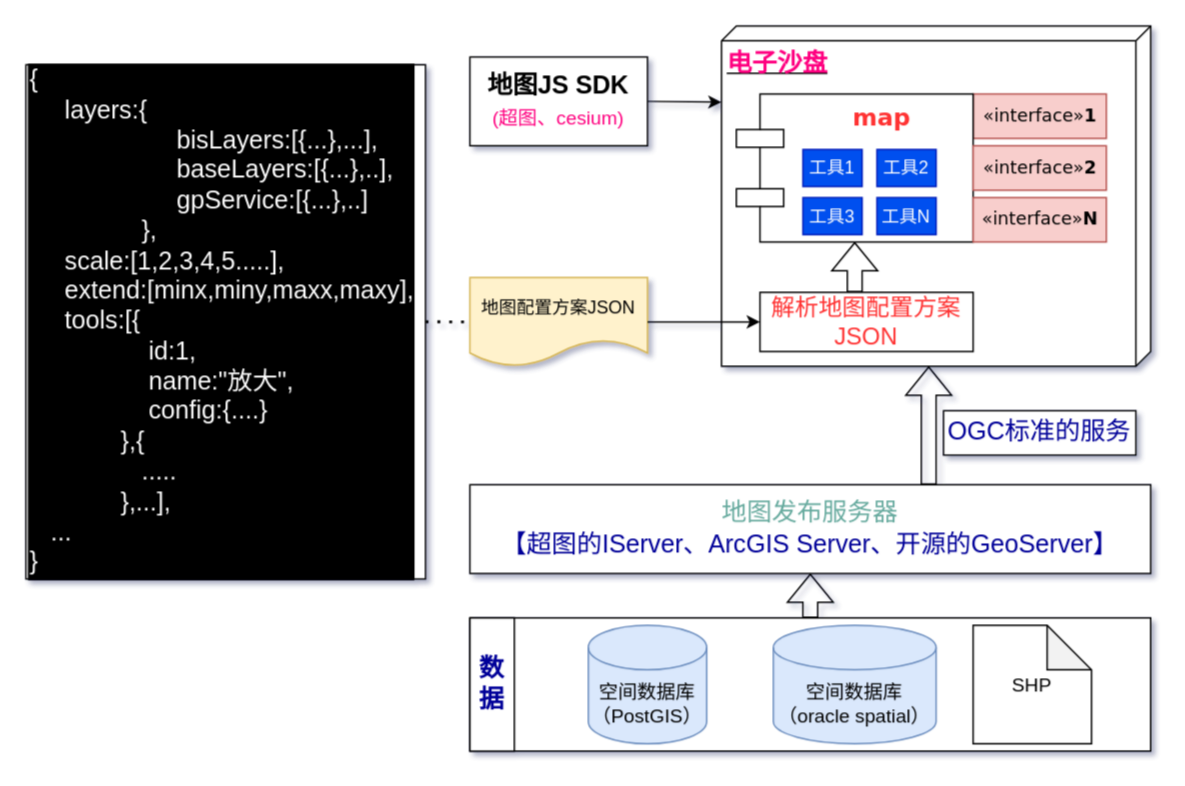
The draw.io diagram page "电子沙盘架构设计" (2 of 4) of 地图架构图.drawio in yuyifang/drawio, before the edit. Source tidied: cells renumbered, new cells numbered last; positions are measured from the earlier drawing's top-left corner, leaving out a move shared by most shapes. Both pictures are drawn from the tidied source at 148%, with x=0, y=0 at pixel (25, 25).
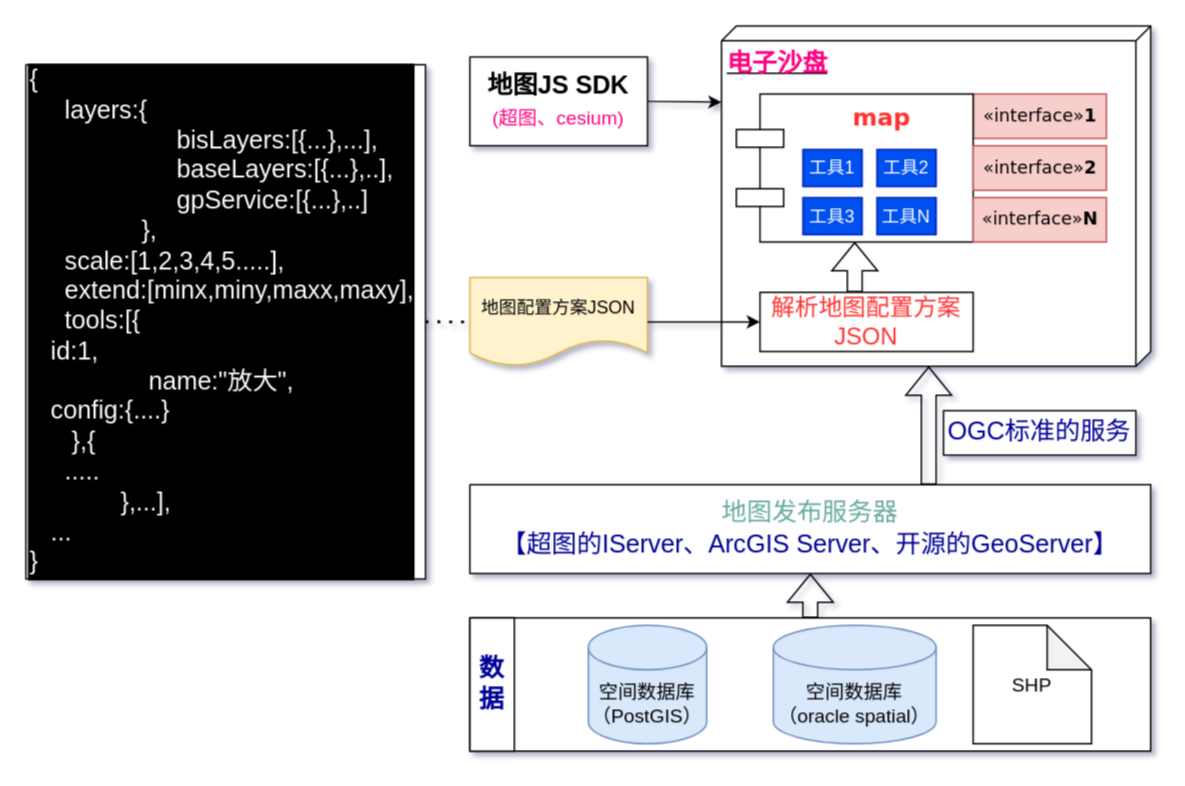
Above is the later version.

What changed in the source:
```diff
@@
-    <mxCell id="28" value="{&lt;br&gt;&amp;nbsp; &amp;nbsp; &amp;nbsp;layers:{&lt;br&gt;&amp;nbsp; &amp;nbsp; &amp;nbsp; &amp;nbsp; &amp;nbsp; &amp;nbsp; &amp;nbsp; &amp;nbsp; &amp;nbsp; &amp;nbsp; &amp;nbsp;bisLayers:[{...},...],&lt;br&gt;&amp;nbsp; &amp;nbsp; &amp;nbsp; &amp;nbsp; &amp;nbsp; &amp;nbsp; &amp;nbsp; &amp;nbsp; &amp;nbsp; &amp;nbsp; &amp;nbsp;baseLayers:[{...},..],&lt;br&gt;&amp;nbsp; &amp;nbsp; &amp;nbsp; &amp;nbsp; &amp;nbsp; &amp;nbsp; &amp;nbsp; &amp;nbsp; &amp;nbsp; &amp;nbsp; &amp;nbsp;gpService:[{...},..]&lt;br&gt;&amp;nbsp; &amp;nbsp; &amp;nbsp; &amp;nbsp; &amp;nbsp; &amp;nbsp; &amp;nbsp; &amp;nbsp; },&lt;br&gt;&amp;nbsp; &amp;nbsp; &amp;nbsp;scale:[1,2,3,4,5.....],&lt;br&gt;&amp;nbsp; &amp;nbsp; &amp;nbsp;extend:[minx,miny,maxx,maxy],&lt;br&gt;&amp;nbsp; &amp;nbsp; &amp;nbsp;tools:[{&lt;br&gt;&lt;span style=&quot;&quot;&gt;&#9;&lt;/span&gt;&lt;span style=&quot;&quot;&gt;&#9;&lt;/span&gt;&lt;span style=&quot;white-space: pre;&quot;&gt;&#9;&lt;/span&gt;&lt;span style=&quot;white-space: pre;&quot;&gt;&#9;&lt;/span&gt;&amp;nbsp;id:1,&lt;br&gt;&amp;nbsp; &amp;nbsp; &amp;nbsp; &amp;nbsp; &amp;nbsp; &amp;nbsp; &amp;nbsp; &amp;nbsp; &amp;nbsp;name:&quot;放大&quot;,&lt;br&gt;&lt;span style=&quot;white-space: pre;&quot;&gt;&#9;&lt;/span&gt;&lt;span style=&quot;white-space: pre;&quot;&gt;&#9;&lt;/span&gt;&amp;nbsp;config:{....}&lt;br&gt;&lt;span style=&quot;&quot;&gt;&#9;&lt;/span&gt;&lt;span style=&quot;&quot;&gt;&#9;&lt;/span&gt;&lt;span style=&quot;white-space: pre;&quot;&gt;&#9;&lt;/span&gt;&amp;nbsp; &amp;nbsp; &amp;nbsp;},{&lt;br&gt;&lt;span style=&quot;&quot;&gt;&#9;&lt;span style=&quot;&quot;&gt;&#9;&lt;/span&gt; &lt;/span&gt;&amp;nbsp; &amp;nbsp;&lt;span style=&quot;white-space: pre;&quot;&gt;&#9;&lt;/span&gt;&lt;span style=&quot;white-space: pre;&quot;&gt;&#9;&lt;/span&gt;.....&lt;br&gt;&lt;span style=&quot;&quot;&gt;&lt;/span&gt;&lt;span style=&quot;&quot;&gt;&lt;/span&gt;&amp;nbsp; &amp;nbsp; &amp;nbsp; &amp;nbsp; &amp;nbsp; &amp;nbsp; &amp;nbsp;},...],&lt;br&gt;&amp;nbsp; &amp;nbsp;...&lt;br&gt;}" style="shape=card;whiteSpace=wrap;html=1;fontSize=17;fontColor=#FFFFFF;align=left;labelBackgroundColor=#000000;labelBorderColor=default;size=0;" parent="1" vertex="1">
+    <mxCell id="28" value="{&lt;br&gt;&amp;nbsp; &amp;nbsp; &amp;nbsp;layers:{&lt;br&gt;&amp;nbsp; &amp;nbsp; &amp;nbsp; &amp;nbsp; &amp;nbsp; &amp;nbsp; &amp;nbsp; &amp;nbsp; &amp;nbsp; &amp;nbsp; &amp;nbsp;bisLayers:[{...},...],&lt;br&gt;&amp;nbsp; &amp;nbsp; &amp;nbsp; &amp;nbsp; &amp;nbsp; &amp;nbsp; &amp;nbsp; &amp;nbsp; &amp;nbsp; &amp;nbsp; &amp;nbsp;baseLayers:[{...},..],&lt;br&gt;&amp;nbsp; &amp;nbsp; &amp;nbsp; &amp;nbsp; &amp;nbsp; &amp;nbsp; &amp;nbsp; &amp;nbsp; &amp;nbsp; &amp;nbsp; &amp;nbsp;gpService:[{...},..]&lt;br&gt;&amp;nbsp; &amp;nbsp; &amp;nbsp; &amp;nbsp; &amp;nbsp; &amp;nbsp; &amp;nbsp; &amp;nbsp; },&lt;br&gt;&amp;nbsp; &amp;nbsp; &amp;nbsp;scale:[1,2,3,4,5.....],&lt;br&gt;&amp;nbsp; &amp;nbsp; &amp;nbsp;extend:[minx,miny,maxx,maxy],&lt;br&gt;&amp;nbsp; &amp;nbsp; &amp;nbsp;tools:[{&lt;br&gt;&lt;span style=&quot;&quot;&gt; &lt;/span&gt;&lt;span style=&quot;&quot;&gt; &lt;/span&gt;&lt;span style=&quot;white-space: pre;&quot;&gt; &lt;/span&gt;&lt;span style=&quot;white-space: pre;&quot;&gt; &lt;/span&gt;&amp;nbsp;id:1,&lt;br&gt;&amp;nbsp; &amp;nbsp; &amp;nbsp; &amp;nbsp; &amp;nbsp; &amp;nbsp; &amp;nbsp; &amp;nbsp; &amp;nbsp;name:&quot;放大&quot;,&lt;br&gt;&lt;span style=&quot;white-space: pre;&quot;&gt; &lt;/span&gt;&lt;span style=&quot;white-space: pre;&quot;&gt; &lt;/span&gt;&amp;nbsp;config:{....}&lt;br&gt;&lt;span style=&quot;&quot;&gt; &lt;/span&gt;&lt;span style=&quot;&quot;&gt; &lt;/span&gt;&lt;span style=&quot;white-space: pre;&quot;&gt; &lt;/span&gt;&amp;nbsp; &amp;nbsp; &amp;nbsp;},{&lt;br&gt;&lt;span style=&quot;&quot;&gt; &lt;span style=&quot;&quot;&gt; &lt;/span&gt; &lt;/span&gt;&amp;nbsp; &amp;nbsp;&lt;span style=&quot;white-space: pre;&quot;&gt; &lt;/span&gt;&lt;span style=&quot;white-space: pre;&quot;&gt; &lt;/span&gt;.....&lt;br&gt;&lt;span style=&quot;&quot;&gt;&lt;/span&gt;&lt;span style=&quot;&quot;&gt;&lt;/span&gt;&amp;nbsp; &amp;nbsp; &amp;nbsp; &amp;nbsp; &amp;nbsp; &amp;nbsp; &amp;nbsp;},...],&lt;br&gt;&amp;nbsp; &amp;nbsp;...&lt;br&gt;}" style="shape=card;whiteSpace=wrap;html=1;fontSize=17;fontColor=#FFFFFF;align=left;labelBackgroundColor=#000000;labelBorderColor=default;size=0;" parent="1" vertex="1">
       <mxGeometry y="26.2" width="270" height="347.5" as="geometry" />
     </mxCell>
```
